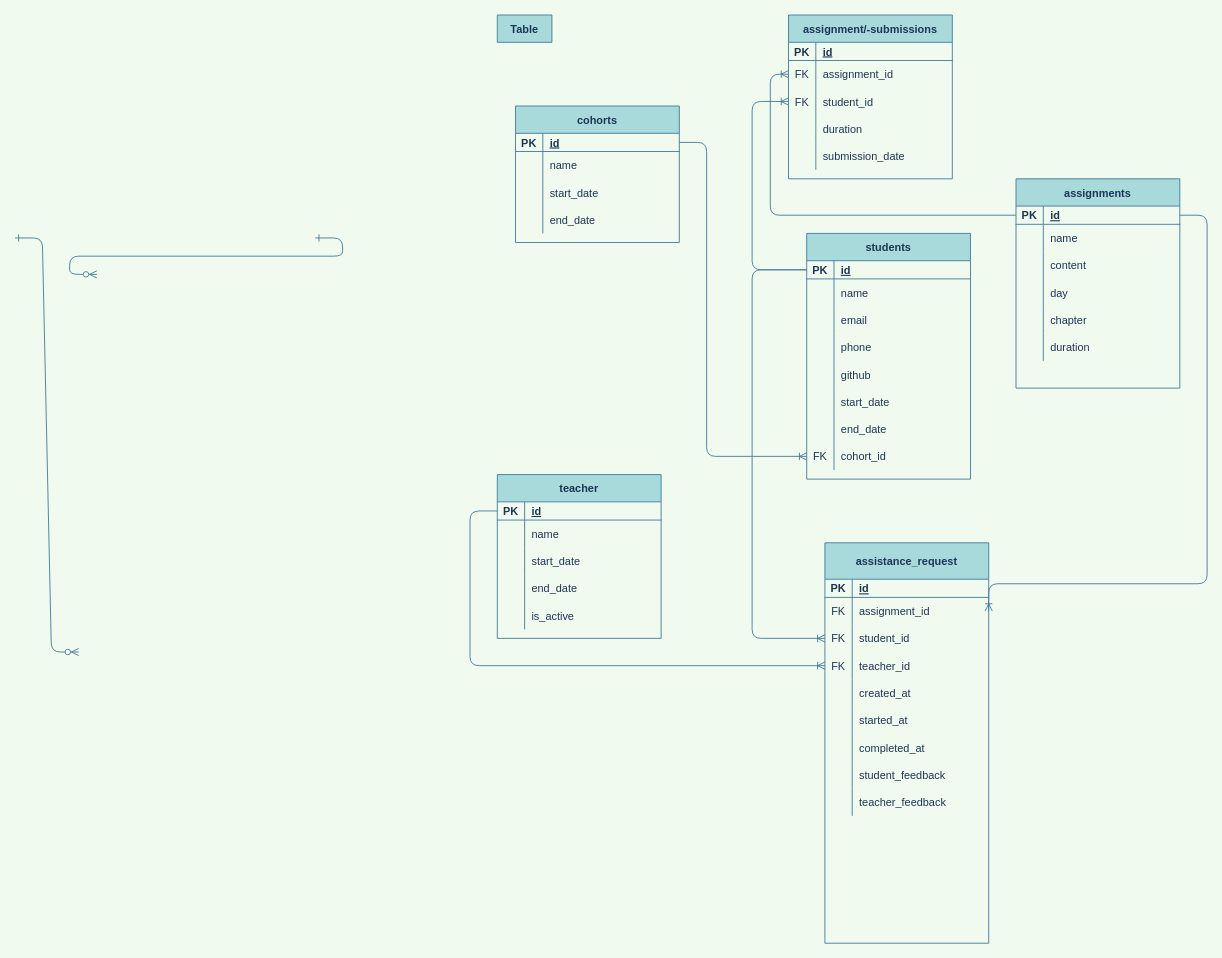
Earlier version of the draw.io diagram Untitled Diagram.drawio (scarlet-128/BootcampX). Source tidied: cells renumbered, new cells numbered last; positions are measured from the earlier drawing's top-left corner, leaving out a move shared by most shapes. Both pictures are drawn from the tidied source at 91%, with x=0, y=0 at pixel (15, 15).
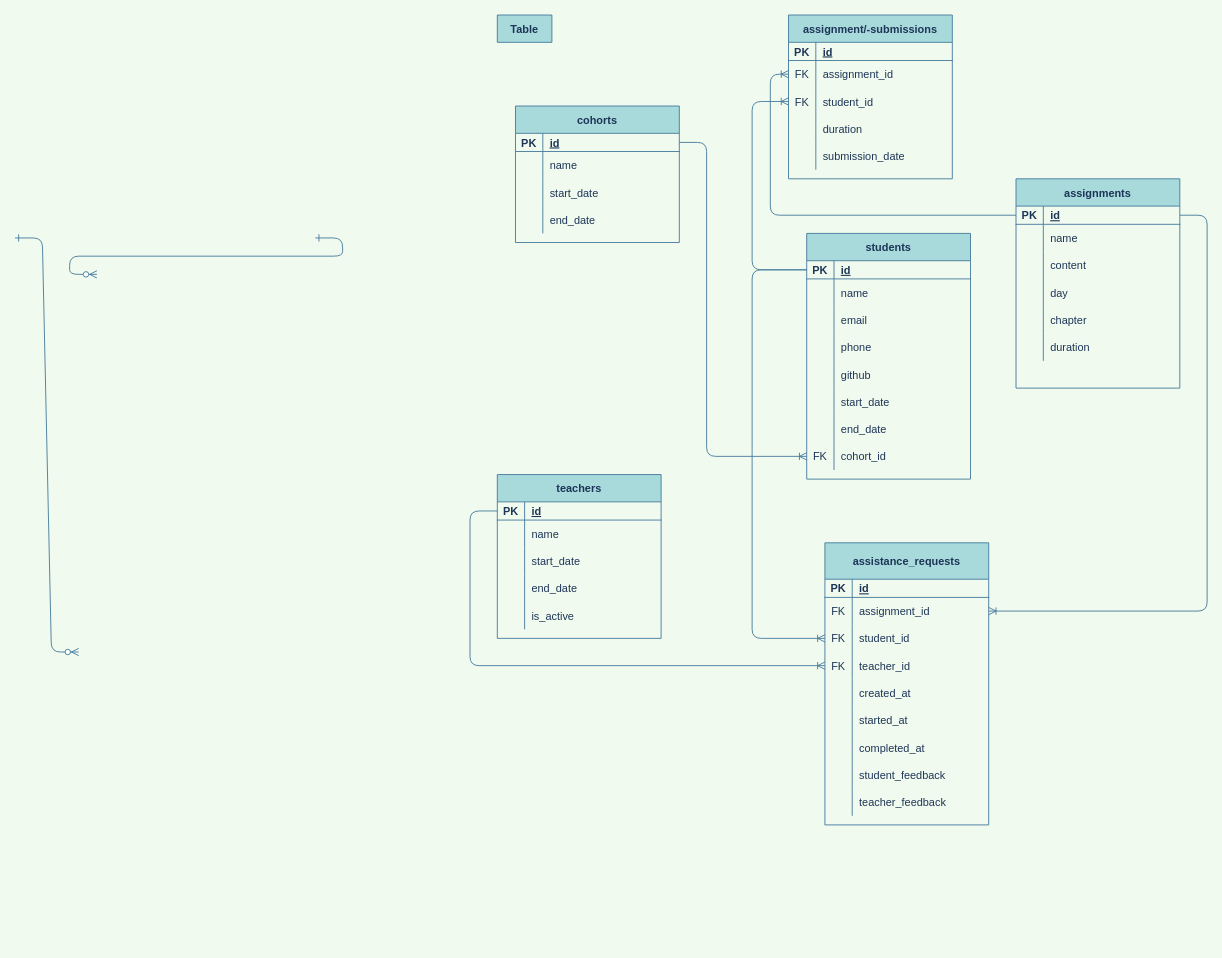
After the change.

The change refers to these unchanged cells:
```xml
<mxCell id="6" style="shape=partialRectangle;fillColor=none;top=0;left=0;bottom=1;right=0;points=[[0,0.5],[1,0.5]];portConstraint=eastwest;strokeColor=#457B9D;fontColor=#1D3557;" parent="5" vertex="1">
  <mxGeometry y="30" width="180" height="20" as="geometry" />
</mxCell>
<mxCell id="98" style="shape=partialRectangle;fillColor=none;top=0;left=0;bottom=0;right=0;points=[[0,0.5],[1,0.5]];portConstraint=eastwest;strokeColor=#457B9D;fontColor=#1D3557;" parent="94" vertex="1">
  <mxGeometry y="60" width="180" height="30" as="geometry" />
</mxCell>
```

The edit, as a diff of the source:
```diff
@@
-    <mxCell id="78" value="teacher" style="shape=table;startSize=30;childLayout=tableLayout;rowLines=0;fontStyle=1;align=center;fillColor=#A8DADC;strokeColor=#457B9D;fontColor=#1D3557;" parent="1" vertex="1">
+    <mxCell id="78" value="teachers" style="shape=table;startSize=30;childLayout=tableLayout;rowLines=0;fontStyle=1;align=center;fillColor=#A8DADC;strokeColor=#457B9D;fontColor=#1D3557;" parent="1" vertex="1">
       <mxGeometry x="530" y="505" width="180" height="180" as="geometry" />
     </mxCell>
@@
-    <mxCell id="94" value="assistance_request" style="shape=table;startSize=40;childLayout=tableLayout;rowLines=0;fontStyle=1;align=center;fillColor=#A8DADC;strokeColor=#457B9D;fontColor=#1D3557;" parent="1" vertex="1">
-      <mxGeometry x="890" y="580" width="180" height="440" as="geometry" />
+    <mxCell id="94" value="assistance_requests" style="shape=table;startSize=40;childLayout=tableLayout;rowLines=0;fontStyle=1;align=center;fillColor=#A8DADC;strokeColor=#457B9D;fontColor=#1D3557;" parent="1" vertex="1">
+      <mxGeometry x="890" y="580" width="180" height="310" as="geometry" />
     </mxCell>
@@
     <mxCell id="127" style="edgeStyle=orthogonalEdgeStyle;fontSize=12;html=1;endArrow=ERoneToMany;strokeColor=#457B9D;fillColor=#A8DADC;entryX=1;entryY=0.5;entryDx=0;entryDy=0;exitX=1;exitY=0.5;exitDx=0;exitDy=0;labelBackgroundColor=#F1FAEE;fontColor=#1D3557;" parent="1" edge="1" source="6" target="98">
       <mxGeometry relative="1" as="geometry">
         <Array as="points">
           <mxPoint x="1310" y="220" />
-          <mxPoint x="1310" y="625" />
+          <mxPoint x="1310" y="655" />
         </Array>
       </mxGeometry>
     </mxCell>
```
